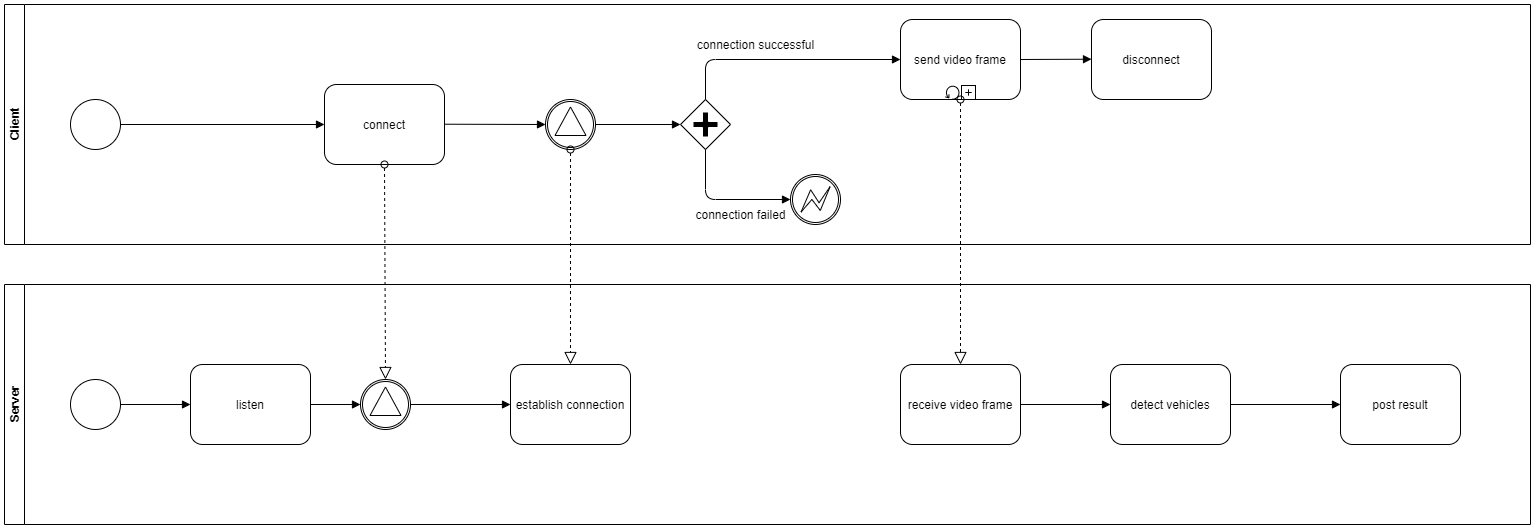
Above: Architecture/Python Client Server BPMN diagram.png in vararucristian/ASET-traffic-tracking (draw.io), before the change. Source tidied: cells renumbered, new cells last; positions are measured from the earlier drawing's top-left corner, leaving out a move shared by most shapes. The source it was exported from:
```xml
<mxGraphModel>
  <root>
    <mxCell id="0" />
    <mxCell id="1" parent="0" />
    <mxCell id="2" value="Client" style="swimlane;html=1;horizontal=0;startSize=20;" parent="1" vertex="1">
      <mxGeometry width="1526" height="240" as="geometry" />
    </mxCell>
    <mxCell id="3" style="shape=mxgraph.bpmn.shape;html=1;verticalLabelPosition=bottom;labelBackgroundColor=#ffffff;verticalAlign=top;align=center;perimeter=ellipsePerimeter;outlineConnect=0;outline=standard;symbol=general;" parent="2" vertex="1">
      <mxGeometry x="66" y="95" width="50" height="50" as="geometry" />
    </mxCell>
    <mxCell id="4" value="connect" style="shape=ext;rounded=1;html=1;whiteSpace=wrap;" parent="2" vertex="1">
      <mxGeometry x="320" y="80" width="120" height="80" as="geometry" />
    </mxCell>
    <mxCell id="5" style="endArrow=block;endFill=1;endSize=6;html=1;exitX=1;exitY=0.5;exitDx=0;exitDy=0;entryX=0;entryY=0.5;entryDx=0;entryDy=0;" parent="2" edge="1" source="3" target="4">
      <mxGeometry relative="1" as="geometry" />
    </mxCell>
    <mxCell id="6" style="shape=mxgraph.bpmn.shape;html=1;verticalLabelPosition=bottom;labelBackgroundColor=#ffffff;verticalAlign=top;align=center;perimeter=ellipsePerimeter;outlineConnect=0;outline=catching;symbol=signal;" parent="2" vertex="1">
      <mxGeometry x="541" y="95" width="50" height="50" as="geometry" />
    </mxCell>
    <mxCell id="7" style="endArrow=block;endFill=1;endSize=6;html=1;entryX=0;entryY=0.5;entryDx=0;entryDy=0;" parent="2" edge="1" target="6">
      <mxGeometry relative="1" as="geometry">
        <mxPoint x="440" y="119.7" as="sourcePoint" />
      </mxGeometry>
    </mxCell>
    <mxCell id="8" style="shape=mxgraph.bpmn.shape;html=1;verticalLabelPosition=bottom;labelBackgroundColor=#ffffff;verticalAlign=top;align=center;perimeter=rhombusPerimeter;background=gateway;outlineConnect=0;outline=none;symbol=parallelGw;" parent="2" vertex="1">
      <mxGeometry x="676" y="95" width="50" height="50" as="geometry" />
    </mxCell>
    <mxCell id="9" style="endArrow=block;endFill=1;endSize=6;html=1;exitX=1;exitY=0.5;exitDx=0;exitDy=0;" parent="2" edge="1" source="6" target="8">
      <mxGeometry relative="1" as="geometry" />
    </mxCell>
    <mxCell id="10" style="endArrow=block;endFill=1;endSize=6;html=1;exitX=0.5;exitY=1;exitDx=0;exitDy=0;" parent="2" edge="1" source="8" target="11">
      <mxGeometry relative="1" as="geometry">
        <Array as="points">
          <mxPoint x="701" y="195" />
        </Array>
      </mxGeometry>
    </mxCell>
    <mxCell id="11" style="shape=mxgraph.bpmn.shape;html=1;verticalLabelPosition=bottom;labelBackgroundColor=#ffffff;verticalAlign=top;align=center;perimeter=ellipsePerimeter;outlineConnect=0;outline=boundInt;symbol=error;" parent="2" vertex="1">
      <mxGeometry x="786" y="170" width="50" height="50" as="geometry" />
    </mxCell>
    <mxCell id="12" style="endArrow=block;endFill=1;endSize=6;html=1;exitX=0.5;exitY=0;exitDx=0;exitDy=0;entryX=0;entryY=0.5;entryDx=0;entryDy=0;" parent="2" edge="1" source="8" target="16">
      <mxGeometry relative="1" as="geometry">
        <Array as="points">
          <mxPoint x="701" y="55" />
        </Array>
      </mxGeometry>
    </mxCell>
    <mxCell id="13" value="connection successful" style="text;html=1;align=center;verticalAlign=middle;" parent="2" vertex="1">
      <mxGeometry x="686" y="30" width="130" height="20" as="geometry" />
    </mxCell>
    <mxCell id="14" value="disconnect" style="shape=ext;rounded=1;html=1;whiteSpace=wrap;" parent="2" vertex="1">
      <mxGeometry x="1087" y="15" width="120" height="80" as="geometry" />
    </mxCell>
    <mxCell id="15" style="endArrow=block;endFill=1;endSize=6;html=1;exitX=1;exitY=0.5;exitDx=0;exitDy=0;" parent="2" edge="1" source="16">
      <mxGeometry relative="1" as="geometry">
        <mxPoint x="1087" y="54.7" as="targetPoint" />
      </mxGeometry>
    </mxCell>
    <mxCell id="16" value="send video frame" style="html=1;whiteSpace=wrap;rounded=1;" parent="2" vertex="1">
      <mxGeometry x="896" y="15" width="120" height="80" as="geometry" />
    </mxCell>
    <mxCell id="17" style="html=1;shape=mxgraph.bpmn.loop;" parent="16" vertex="1">
      <mxGeometry x="0.5" y="1" width="14" height="14" relative="1" as="geometry">
        <mxPoint x="-15" y="-14" as="offset" />
      </mxGeometry>
    </mxCell>
    <mxCell id="18" style="html=1;shape=plus;" parent="16" vertex="1">
      <mxGeometry x="0.5" y="1" width="14" height="14" relative="1" as="geometry">
        <mxPoint x="1" y="-14" as="offset" />
      </mxGeometry>
    </mxCell>
    <mxCell id="19" value="Server" style="swimlane;html=1;horizontal=0;startSize=20;" parent="1" vertex="1">
      <mxGeometry y="280" width="1526" height="240" as="geometry" />
    </mxCell>
    <mxCell id="20" style="shape=mxgraph.bpmn.shape;html=1;verticalLabelPosition=bottom;labelBackgroundColor=#ffffff;verticalAlign=top;align=center;perimeter=ellipsePerimeter;outlineConnect=0;outline=standard;symbol=general;" parent="19" vertex="1">
      <mxGeometry x="66" y="95" width="50" height="50" as="geometry" />
    </mxCell>
    <mxCell id="21" value="listen" style="shape=ext;rounded=1;html=1;whiteSpace=wrap;" parent="19" vertex="1">
      <mxGeometry x="186" y="80" width="120" height="80" as="geometry" />
    </mxCell>
    <mxCell id="22" style="endArrow=block;endFill=1;endSize=6;html=1;exitX=1;exitY=0.5;exitDx=0;exitDy=0;" parent="19" edge="1" source="20">
      <mxGeometry relative="1" as="geometry">
        <mxPoint x="186" y="120" as="targetPoint" />
      </mxGeometry>
    </mxCell>
    <mxCell id="23" style="endArrow=block;endFill=1;endSize=6;html=1;exitX=1;exitY=0.5;exitDx=0;exitDy=0;" parent="19" edge="1" source="21">
      <mxGeometry relative="1" as="geometry">
        <mxPoint x="356" y="120" as="targetPoint" />
      </mxGeometry>
    </mxCell>
    <mxCell id="24" value="establish connection" style="shape=ext;rounded=1;html=1;whiteSpace=wrap;" parent="19" vertex="1">
      <mxGeometry x="506" y="80" width="120" height="80" as="geometry" />
    </mxCell>
    <mxCell id="25" style="endArrow=block;endFill=1;endSize=6;html=1;exitX=1;exitY=0.5;exitDx=0;exitDy=0;" parent="19" edge="1">
      <mxGeometry relative="1" as="geometry">
        <mxPoint x="406" y="120" as="sourcePoint" />
        <mxPoint x="506" y="120" as="targetPoint" />
      </mxGeometry>
    </mxCell>
    <mxCell id="26" style="shape=mxgraph.bpmn.shape;html=1;verticalLabelPosition=bottom;labelBackgroundColor=#ffffff;verticalAlign=top;align=center;perimeter=ellipsePerimeter;outlineConnect=0;outline=catching;symbol=signal;" parent="19" vertex="1">
      <mxGeometry x="356" y="95" width="50" height="50" as="geometry" />
    </mxCell>
    <mxCell id="27" value="receive video frame" style="shape=ext;rounded=1;html=1;whiteSpace=wrap;" parent="19" vertex="1">
      <mxGeometry x="896" y="80" width="120" height="80" as="geometry" />
    </mxCell>
    <mxCell id="28" value="detect vehicles" style="shape=ext;rounded=1;html=1;whiteSpace=wrap;" parent="19" vertex="1">
      <mxGeometry x="1106" y="80" width="120" height="80" as="geometry" />
    </mxCell>
    <mxCell id="29" style="endArrow=block;endFill=1;endSize=6;html=1;exitX=1;exitY=0.5;exitDx=0;exitDy=0;entryX=0;entryY=0.5;entryDx=0;entryDy=0;" parent="19" edge="1" source="27" target="28">
      <mxGeometry relative="1" as="geometry" />
    </mxCell>
    <mxCell id="30" value="post result" style="shape=ext;rounded=1;html=1;whiteSpace=wrap;" parent="19" vertex="1">
      <mxGeometry x="1336" y="80" width="120" height="80" as="geometry" />
    </mxCell>
    <mxCell id="31" style="endArrow=block;endFill=1;endSize=6;html=1;exitX=1;exitY=0.5;exitDx=0;exitDy=0;entryX=0;entryY=0.5;entryDx=0;entryDy=0;" parent="19" edge="1" source="28" target="30">
      <mxGeometry relative="1" as="geometry" />
    </mxCell>
    <mxCell id="32" style="startArrow=oval;startFill=0;startSize=7;endArrow=block;endFill=0;endSize=10;dashed=1;html=1;exitX=0.5;exitY=1;exitDx=0;exitDy=0;entryX=0.5;entryY=0;entryDx=0;entryDy=0;" parent="1" edge="1" source="4" target="26">
      <mxGeometry relative="1" as="geometry" />
    </mxCell>
    <mxCell id="33" style="startArrow=oval;startFill=0;startSize=7;endArrow=block;endFill=0;endSize=10;dashed=1;html=1;entryX=0.5;entryY=0;entryDx=0;entryDy=0;exitX=0.5;exitY=1;exitDx=0;exitDy=0;" parent="1" edge="1" source="6" target="24">
      <mxGeometry relative="1" as="geometry" />
    </mxCell>
    <mxCell id="34" value="connection failed" style="text;html=1;align=center;verticalAlign=middle;" parent="1" vertex="1">
      <mxGeometry x="681" y="200" width="110" height="20" as="geometry" />
    </mxCell>
    <mxCell id="35" style="startArrow=oval;startFill=0;startSize=7;endArrow=block;endFill=0;endSize=10;dashed=1;html=1;exitX=0.5;exitY=1;exitDx=0;exitDy=0;entryX=0.5;entryY=0;entryDx=0;entryDy=0;" parent="1" edge="1" source="16" target="27">
      <mxGeometry relative="1" as="geometry" />
    </mxCell>
  </root>
</mxGraphModel>
```
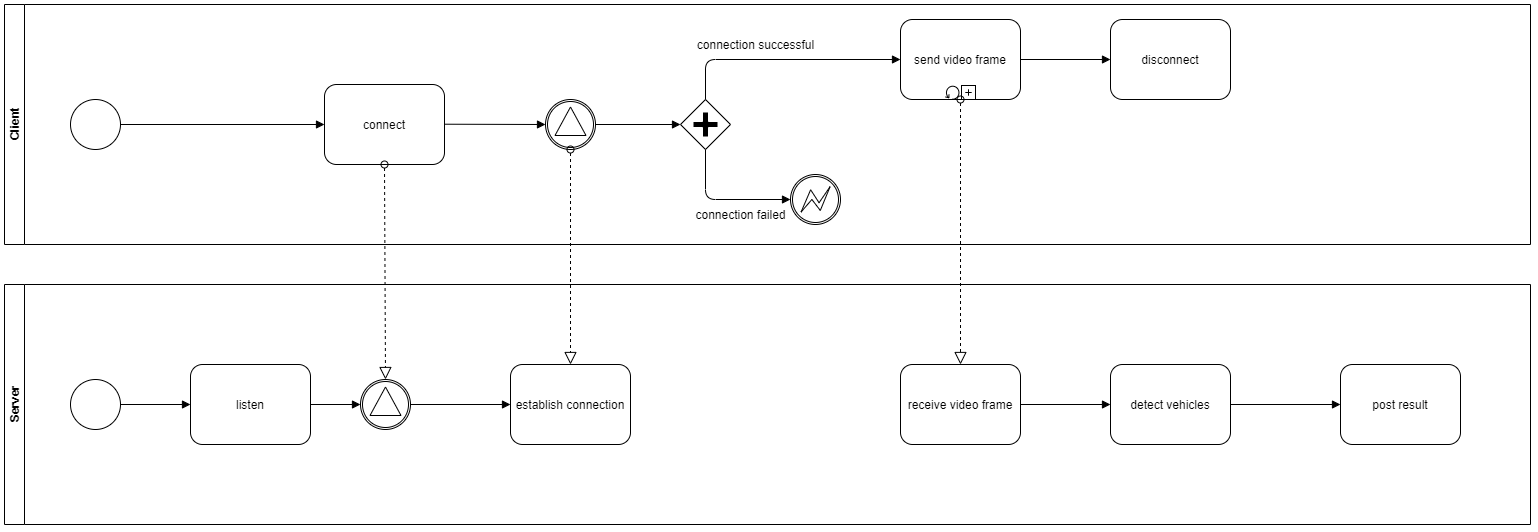
After the commit.

Commit message:
Python Client Server BPMN diagram

What changed in the source:
```diff
@@ -49,12 +49,10 @@
       <mxGeometry x="686" y="30" width="130" height="20" as="geometry" />
     </mxCell>
     <mxCell id="14" value="disconnect" style="shape=ext;rounded=1;html=1;whiteSpace=wrap;" parent="2" vertex="1">
-      <mxGeometry x="1087" y="15" width="120" height="80" as="geometry" />
+      <mxGeometry x="1106" y="15" width="120" height="80" as="geometry" />
     </mxCell>
-    <mxCell id="15" style="endArrow=block;endFill=1;endSize=6;html=1;exitX=1;exitY=0.5;exitDx=0;exitDy=0;" parent="2" edge="1" source="16">
-      <mxGeometry relative="1" as="geometry">
-        <mxPoint x="1087" y="54.7" as="targetPoint" />
-      </mxGeometry>
+    <mxCell id="15" style="endArrow=block;endFill=1;endSize=6;html=1;exitX=1;exitY=0.5;exitDx=0;exitDy=0;entryX=0;entryY=0.5;entryDx=0;entryDy=0;" parent="2" edge="1" source="16" target="14">
+      <mxGeometry relative="1" as="geometry" />
     </mxCell>
     <mxCell id="16" value="send video frame" style="html=1;whiteSpace=wrap;rounded=1;" parent="2" vertex="1">
       <mxGeometry x="896" y="15" width="120" height="80" as="geometry" />
```
